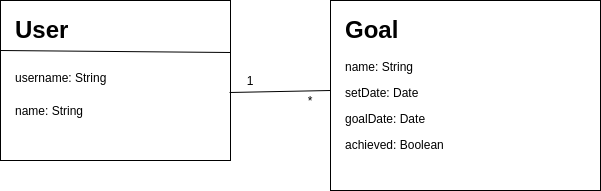
Earlier version of the draw.io export dokumentaatio/luokkakaavio.png (LindaJT/ot-harjoitusty-). Source tidied: cells renumbered, new cells last; positions are measured from the earlier drawing's top-left corner, leaving out a move shared by most shapes.
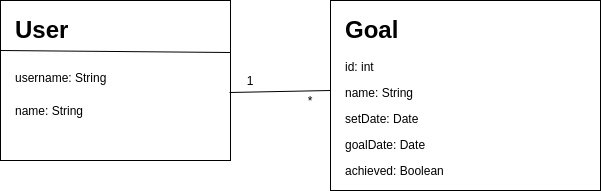
After the commit.

What changed in the source:
```diff
@@ -16,7 +16,7 @@
     <mxCell id="5" style="rounded=0;whiteSpace=wrap;html=1;" parent="1" vertex="1">
       <mxGeometry x="330" width="270" height="190" as="geometry" />
     </mxCell>
-    <mxCell id="6" value="&lt;h1&gt;Goal&lt;/h1&gt;&lt;p&gt;name: String&lt;/p&gt;&lt;p&gt;setDate: Date&lt;/p&gt;&lt;p&gt;goalDate: Date&lt;/p&gt;&lt;p&gt;achieved: Boolean&lt;/p&gt;" style="text;html=1;strokeColor=none;fillColor=none;spacing=5;spacingTop=-20;whiteSpace=wrap;overflow=hidden;rounded=0;" parent="1" vertex="1">
+    <mxCell id="6" value="&lt;h1&gt;Goal&lt;/h1&gt;&lt;p&gt;id: int&lt;/p&gt;&lt;p&gt;name: String&lt;/p&gt;&lt;p&gt;setDate: Date&lt;/p&gt;&lt;p&gt;goalDate: Date&lt;/p&gt;&lt;p&gt;achieved: Boolean&lt;/p&gt;" style="text;html=1;strokeColor=none;fillColor=none;spacing=5;spacingTop=-20;whiteSpace=wrap;overflow=hidden;rounded=0;" parent="1" vertex="1">
       <mxGeometry x="340" y="10" width="250" height="170" as="geometry" />
     </mxCell>
     <mxCell id="7" style="endArrow=none;html=1;exitX=0.996;exitY=0.575;exitDx=0;exitDy=0;exitPerimeter=0;" parent="1" edge="1" source="2">
```
